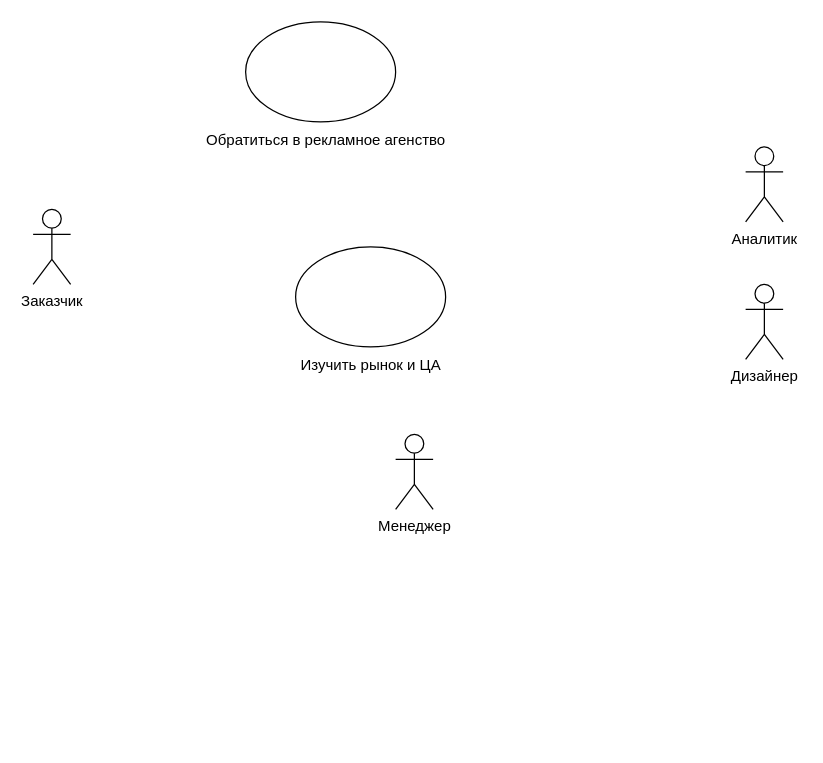
Before: acms3.drawio in v-tempe/draw.io, a draw.io diagram. Source tidied: cells renumbered, new cells numbered last; positions are measured from the earlier drawing's top-left corner, leaving out a move shared by most shapes. Both pictures are drawn from the tidied source at 125%, with x=0, y=0 at pixel (32, 21).
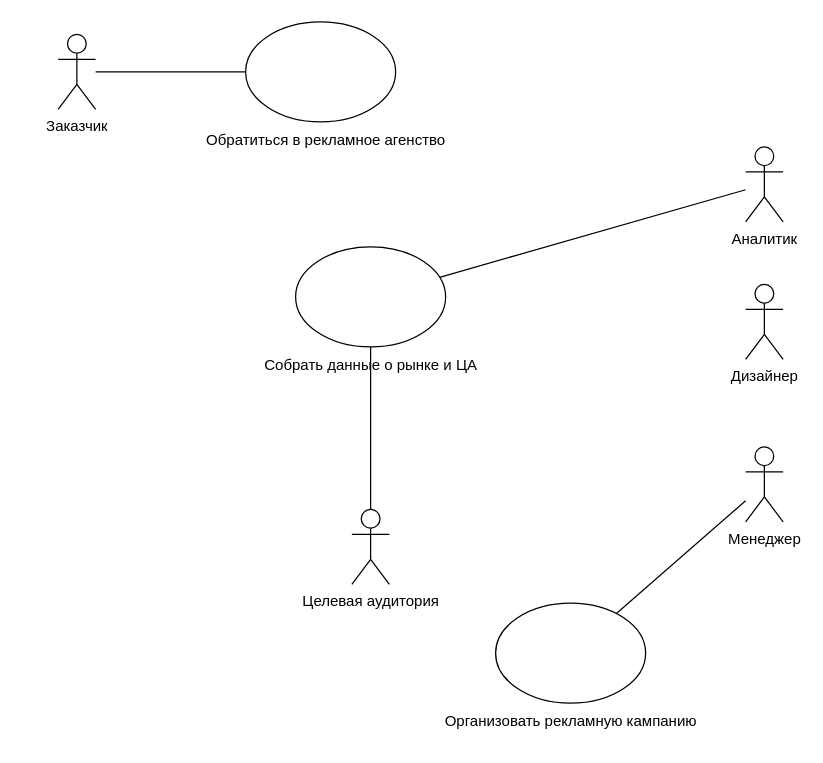
After the change.

What changed in the source:
```diff
@@
 <mxGraphModel>
   <root>
     <mxCell id="0" />
     <mxCell id="1" parent="0" />
     <mxCell id="2" value="Заказчик" style="shape=umlActor;verticalLabelPosition=bottom;verticalAlign=top;html=1;outlineConnect=0;" parent="1" vertex="1">
-      <mxGeometry y="150" width="30" height="60" as="geometry" />
+      <mxGeometry x="20" y="10" width="30" height="60" as="geometry" />
     </mxCell>
     <mxCell id="3" value="Дизайнер" style="shape=umlActor;verticalLabelPosition=bottom;verticalAlign=top;html=1;" parent="1" vertex="1">
       <mxGeometry x="570" y="210" width="30" height="60" as="geometry" />
     </mxCell>
     <mxCell id="4" value="Менеджер" style="shape=umlActor;verticalLabelPosition=bottom;verticalAlign=top;html=1;outlineConnect=0;" parent="1" vertex="1">
-      <mxGeometry x="290" y="330" width="30" height="60" as="geometry" />
+      <mxGeometry x="570" y="340" width="30" height="60" as="geometry" />
     </mxCell>
     <mxCell id="5" value="Аналитик" style="shape=umlActor;verticalLabelPosition=bottom;verticalAlign=top;html=1;outlineConnect=0;" parent="1" vertex="1">
       <mxGeometry x="570" y="100" width="30" height="60" as="geometry" />
     </mxCell>
     <mxCell id="6" style="ellipse;whiteSpace=wrap;html=1;" parent="1" vertex="1">
       <mxGeometry x="170" width="120" height="80" as="geometry" />
     </mxCell>
     <mxCell id="7" value="Обратиться в рекламное агенство" style="text;html=1;align=center;verticalAlign=middle;strokeColor=none;fillColor=none;" parent="1" vertex="1">
       <mxGeometry x="124" y="80" width="220" height="30" as="geometry" />
     </mxCell>
     <mxCell id="8" style="ellipse;whiteSpace=wrap;html=1;" parent="1" vertex="1">
       <mxGeometry x="210" y="180" width="120" height="80" as="geometry" />
     </mxCell>
-    <mxCell id="9" value="Изучить рынок и ЦА" style="text;html=1;align=center;verticalAlign=middle;strokeColor=none;fillColor=none;" parent="1" vertex="1">
-      <mxGeometry x="200" y="260" width="140" height="30" as="geometry" />
+    <mxCell id="9" value="Собрать данные о рынке и ЦА" style="text;html=1;align=center;verticalAlign=middle;strokeColor=none;fillColor=none;" parent="1" vertex="1">
+      <mxGeometry x="175" y="260" width="190" height="30" as="geometry" />
     </mxCell>
+    <mxCell id="10" value="Целевая аудитория" style="shape=umlActor;verticalLabelPosition=bottom;verticalAlign=top;html=1;outlineConnect=0;" parent="1" vertex="1">
+      <mxGeometry x="255" y="390" width="30" height="60" as="geometry" />
+    </mxCell>
+    <mxCell id="11" style="endArrow=none;html=1;rounded=0;" parent="1" edge="1" source="10" target="8">
+      <mxGeometry relative="1" as="geometry" />
+    </mxCell>
+    <mxCell id="12" style="endArrow=none;html=1;rounded=0;" parent="1" edge="1" source="8" target="5">
+      <mxGeometry relative="1" as="geometry" />
+    </mxCell>
+    <mxCell id="13" style="endArrow=none;html=1;rounded=0;" parent="1" edge="1" source="2" target="6">
+      <mxGeometry relative="1" as="geometry" />
+    </mxCell>
+    <mxCell id="14" style="ellipse;whiteSpace=wrap;html=1;" parent="1" vertex="1">
+      <mxGeometry x="370" y="465" width="120" height="80" as="geometry" />
+    </mxCell>
+    <mxCell id="15" value="Организовать рекламную кампанию" style="text;html=1;align=center;verticalAlign=middle;strokeColor=none;fillColor=none;" parent="1" vertex="1">
+      <mxGeometry x="315" y="545" width="230" height="30" as="geometry" />
+    </mxCell>
+    <mxCell id="16" style="endArrow=none;html=1;rounded=0;" parent="1" edge="1" source="14" target="4">
+      <mxGeometry relative="1" as="geometry" />
+    </mxCell>
   </root>
 </mxGraphModel>
```
